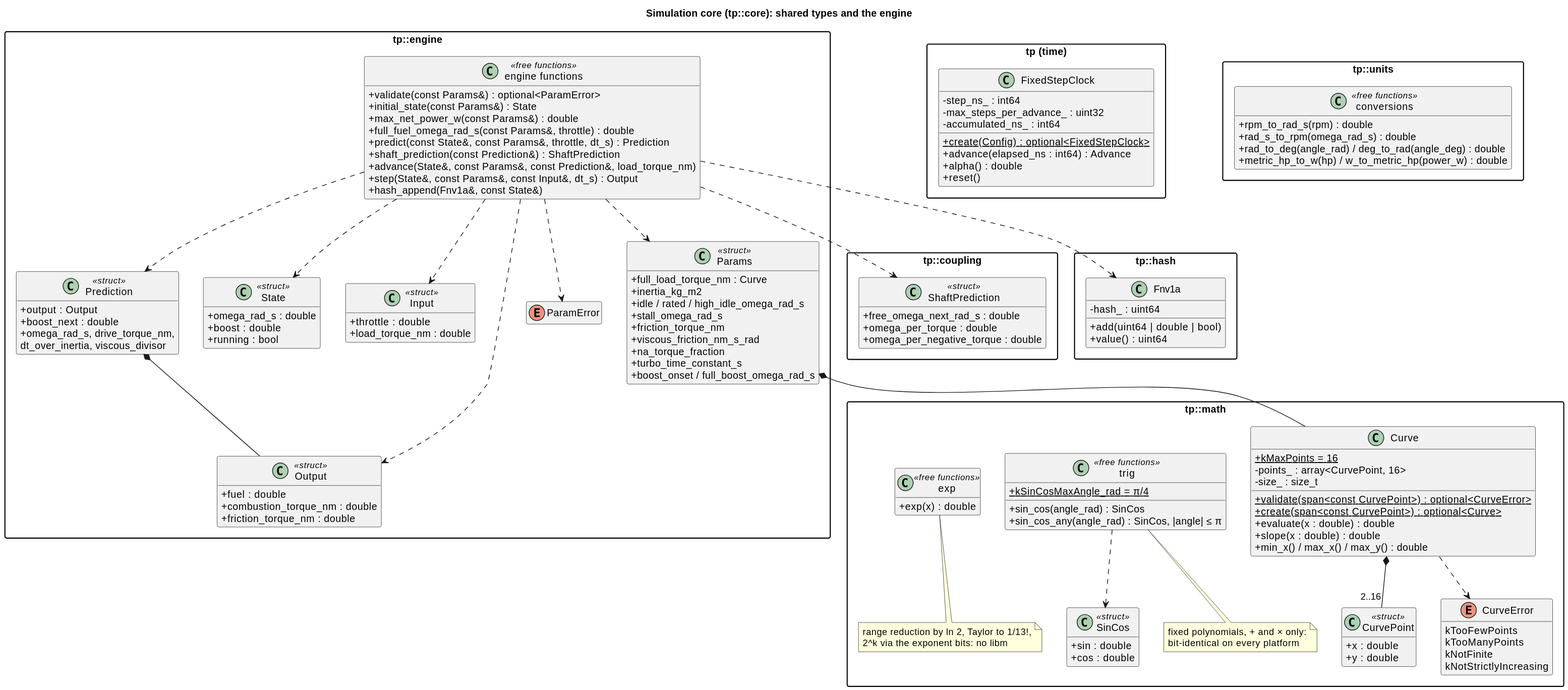
Above: docs/diagrams/svg/core_classes.svg in wversteeg/TractorPulling (PlantUML), before the change.
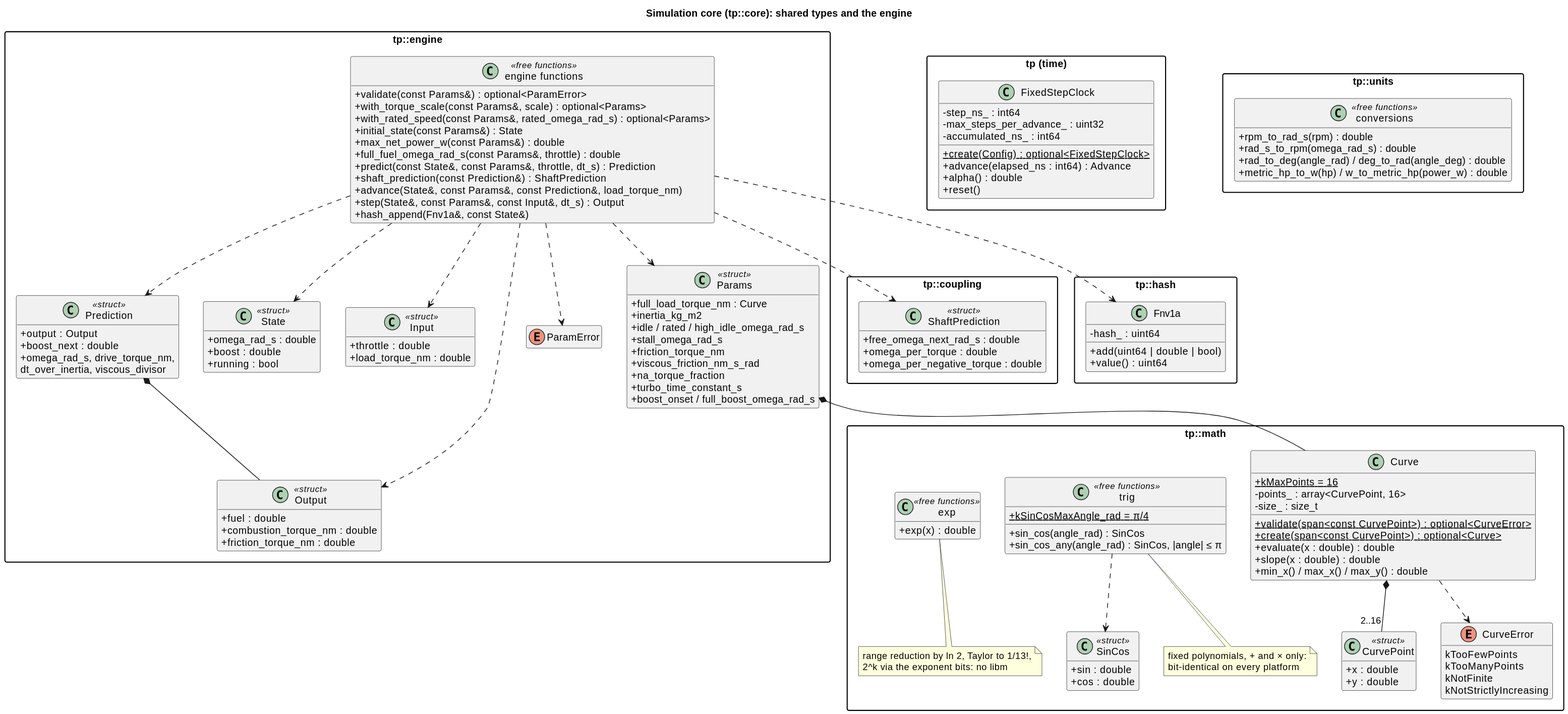
The same file after the commit.

The edit, as a diff of the source:
```diff
@@ -93,6 +93,8 @@
     }
     class "engine functions" as EngineFns <<free functions>> {
       +validate(const Params&) : optional<ParamError>
+      +with_torque_scale(const Params&, scale) : optional<Params>
+      +with_rated_speed(const Params&, rated_omega_rad_s) : optional<Params>
       +initial_state(const Params&) : State
       +max_net_power_w(const Params&) : double
       +full_fuel_omega_rad_s(const Params&, throttle) : double
```
